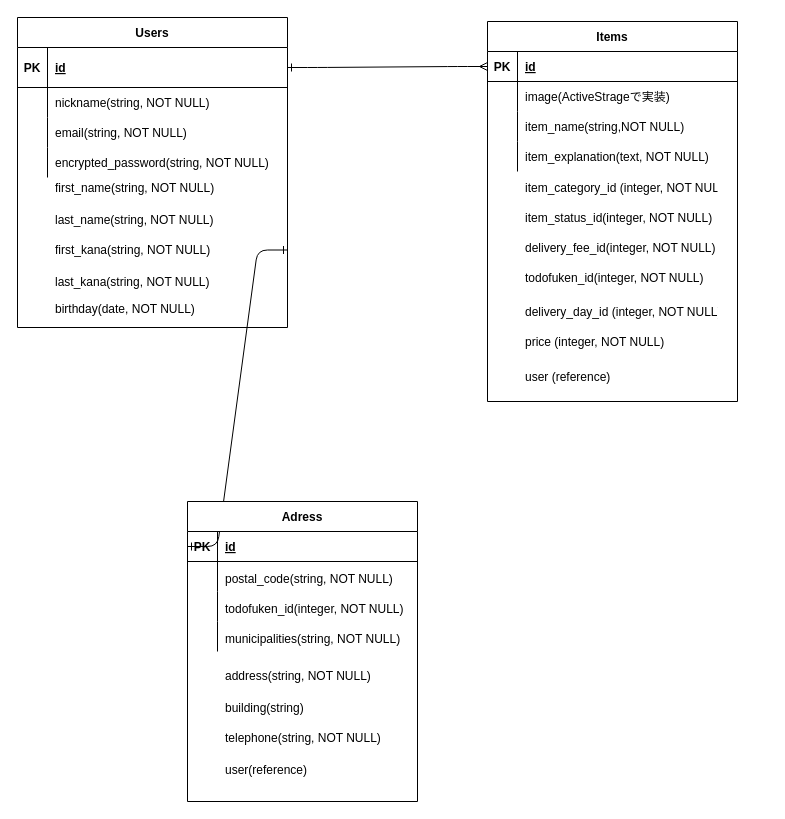
YoshitakaKurahashi/furima-30308 keeps this draw.io diagram as furima.dio. Above is the earlier version. Source tidied: cells renumbered, new cells numbered last; positions are measured from the earlier drawing's top-left corner, leaving out a move shared by most shapes. Both pictures are drawn from the tidied source at 100%, with x=0, y=0 at pixel (17, 17).
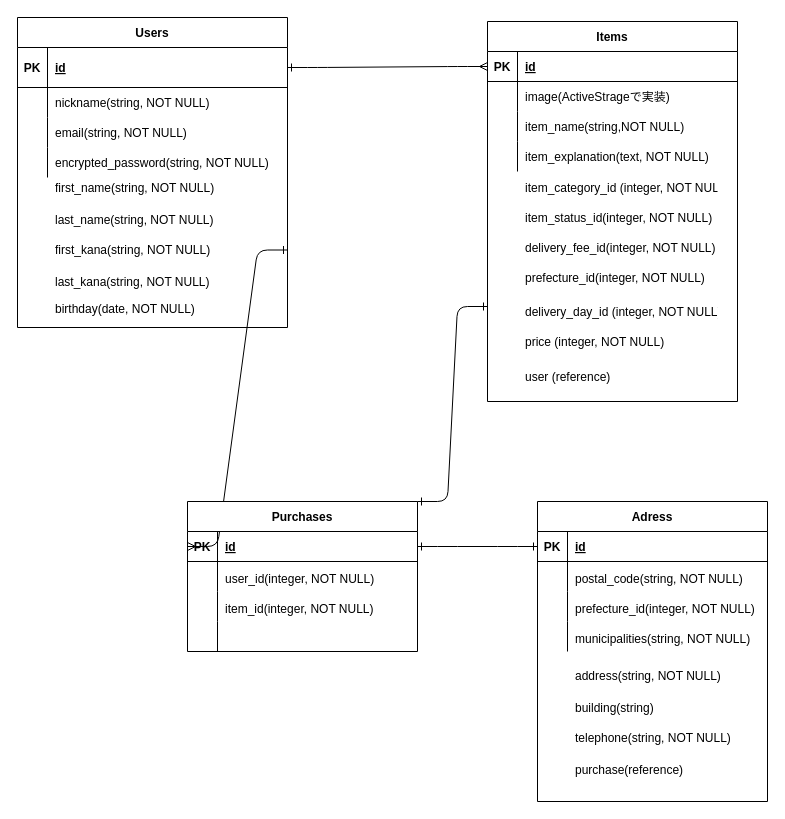
The same diagram, later.

Commit message (it also covers changes not shown here):
データベース設計4

購入情報テーブルの作成

The change refers to these unchanged cells:
```xml
<mxCell id="4" value="Users" style="shape=table;startSize=30;childLayout=tableLayout;rowLines=0;fontStyle=1;align=center;" parent="1" vertex="1">
  <mxGeometry width="270" height="310" as="geometry" />
</mxCell>
<mxCell id="29" value="Items" style="shape=table;startSize=30;childLayout=tableLayout;rowLines=0;fontStyle=1;align=center;" parent="1" vertex="1">
  <mxGeometry x="470" y="4" width="250" height="380" as="geometry" />
</mxCell>
<mxCell id="48" style="shape=partialRectangle;fillColor=none;top=0;left=0;bottom=1;right=0;points=[[0,0.5],[1,0.5]];portConstraint=eastwest;" parent="47" vertex="1">
  <mxGeometry y="30" width="230" height="30" as="geometry" />
</mxCell>
```

The edit, as a diff of the source:
```diff
@@
-    <mxCell id="25" value="todofuken_id(integer, NOT NULL)" style="shape=partialRectangle;fillColor=none;top=0;left=0;bottom=0;right=0;align=left;spacingLeft=6;overflow=hidden;" parent="1" vertex="1">
+    <mxCell id="25" value="prefecture_id(integer, NOT NULL)" style="shape=partialRectangle;fillColor=none;top=0;left=0;bottom=0;right=0;align=left;spacingLeft=6;overflow=hidden;" parent="1" vertex="1">
       <mxGeometry x="500" y="244.5" width="200" height="30" as="geometry" />
     </mxCell>
@@
-    <mxCell id="43" style="edgeStyle=entityRelationEdgeStyle;fontSize=12;html=1;endArrow=ERone;endFill=1;exitX=1;exitY=0.75;exitDx=0;exitDy=0;entryX=0;entryY=0.5;entryDx=0;entryDy=0;startArrow=ERone;startFill=0;" parent="1" edge="1" source="4" target="48">
+    <mxCell id="43" style="edgeStyle=entityRelationEdgeStyle;fontSize=12;html=1;endArrow=ERmany;endFill=0;exitX=1;exitY=0.75;exitDx=0;exitDy=0;entryX=0;entryY=0.5;entryDx=0;entryDy=0;startArrow=ERone;startFill=0;" parent="1" edge="1" source="4" target="48">
       <mxGeometry relative="1" as="geometry" />
     </mxCell>
-    <mxCell id="44" value="address(string, NOT NULL)" style="shape=partialRectangle;fillColor=none;top=0;left=0;bottom=0;right=0;align=left;spacingLeft=6;overflow=hidden;" parent="1" vertex="1">
-      <mxGeometry x="200" y="643" width="170" height="30" as="geometry" />
-    </mxCell>
-    <mxCell id="45" value="building(string)" style="shape=partialRectangle;fillColor=none;top=0;left=0;bottom=0;right=0;align=left;spacingLeft=6;overflow=hidden;" parent="1" vertex="1">
-      <mxGeometry x="200" y="675" width="170" height="30" as="geometry" />
-    </mxCell>
-    <mxCell id="46" value="telephone(string, NOT NULL)" style="shape=partialRectangle;fillColor=none;top=0;left=0;bottom=0;right=0;align=left;spacingLeft=6;overflow=hidden;" parent="1" vertex="1">
-      <mxGeometry x="200" y="705" width="170" height="30" as="geometry" />
-    </mxCell>
+    <mxCell id="64" value="Adress" style="shape=table;startSize=30;childLayout=tableLayout;rowLines=0;fontStyle=1;align=center;" parent="1" vertex="1">
+      <mxGeometry x="520" y="484" width="230" height="300" as="geometry" />
+    </mxCell>
+    <mxCell id="65" style="shape=partialRectangle;fillColor=none;top=0;left=0;bottom=1;right=0;points=[[0,0.5],[1,0.5]];portConstraint=eastwest;" parent="64" vertex="1">
+      <mxGeometry y="30" width="230" height="30" as="geometry" />
+    </mxCell>
+    <mxCell id="66" value="PK" style="shape=partialRectangle;fillColor=none;top=0;left=0;bottom=0;right=0;fontStyle=1;overflow=hidden;" parent="65" vertex="1">
+      <mxGeometry width="30" height="30" as="geometry" />
+    </mxCell>
+    <mxCell id="67" value="id" style="shape=partialRectangle;fillColor=none;top=0;left=0;bottom=0;right=0;align=left;spacingLeft=6;fontStyle=5;overflow=hidden;" parent="65" vertex="1">
+      <mxGeometry x="30" width="200" height="30" as="geometry" />
+    </mxCell>
+    <mxCell id="68" style="shape=partialRectangle;fillColor=none;top=0;left=0;bottom=0;right=0;" parent="64" vertex="1">
+      <mxGeometry y="60" width="230" height="30" as="geometry" />
+    </mxCell>
+    <mxCell id="69" style="shape=partialRectangle;fillColor=none;top=0;left=0;bottom=0;right=0;overflow=hidden;" parent="68" vertex="1">
+      <mxGeometry width="30" height="30" as="geometry" />
+    </mxCell>
+    <mxCell id="70" style="shape=partialRectangle;fillColor=none;top=0;left=0;bottom=0;right=0;align=left;spacingLeft=6;overflow=hidden;" parent="68" vertex="1">
+      <mxGeometry x="30" width="200" height="30" as="geometry" />
+    </mxCell>
+    <mxCell id="71" style="shape=partialRectangle;fillColor=none;top=0;left=0;bottom=0;right=0;" parent="64" vertex="1">
+      <mxGeometry y="90" width="230" height="30" as="geometry" />
+    </mxCell>
+    <mxCell id="72" style="shape=partialRectangle;fillColor=none;top=0;left=0;bottom=0;right=0;overflow=hidden;" parent="71" vertex="1">
+      <mxGeometry width="30" height="30" as="geometry" />
+    </mxCell>
+    <mxCell id="73" style="shape=partialRectangle;fillColor=none;top=0;left=0;bottom=0;right=0;align=left;spacingLeft=6;overflow=hidden;" parent="71" vertex="1">
+      <mxGeometry x="30" width="200" height="30" as="geometry" />
+    </mxCell>
+    <mxCell id="74" style="shape=partialRectangle;fillColor=none;top=0;left=0;bottom=0;right=0;" parent="64" vertex="1">
+      <mxGeometry y="120" width="230" height="30" as="geometry" />
+    </mxCell>
+    <mxCell id="75" style="shape=partialRectangle;fillColor=none;top=0;left=0;bottom=0;right=0;overflow=hidden;" parent="74" vertex="1">
+      <mxGeometry width="30" height="30" as="geometry" />
+    </mxCell>
+    <mxCell id="76" style="shape=partialRectangle;fillColor=none;top=0;left=0;bottom=0;right=0;align=left;spacingLeft=6;overflow=hidden;" parent="74" vertex="1">
+      <mxGeometry x="30" width="200" height="30" as="geometry" />
+    </mxCell>
-    <mxCell id="47" value="Adress" style="shape=table;startSize=30;childLayout=tableLayout;rowLines=0;fontStyle=1;align=center;" parent="1" vertex="1">
-      <mxGeometry x="170" y="484" width="230" height="300" as="geometry" />
+    <mxCell id="47" value="Purchases" style="shape=table;startSize=30;childLayout=tableLayout;rowLines=0;fontStyle=1;align=center;" parent="1" vertex="1">
+      <mxGeometry x="170" y="484" width="230" height="150" as="geometry" />
     </mxCell>
@@
-    <mxCell id="60" value="user(reference)" style="shape=partialRectangle;fillColor=none;top=0;left=0;bottom=0;right=0;align=left;spacingLeft=6;overflow=hidden;" parent="1" vertex="1">
-      <mxGeometry x="200" y="737" width="170" height="30" as="geometry" />
-    </mxCell>
-    <mxCell id="61" value="postal_code(string, NOT NULL)" style="shape=partialRectangle;fillColor=none;top=0;left=0;bottom=0;right=0;align=left;spacingLeft=6;overflow=hidden;" parent="1" vertex="1">
+    <mxCell id="61" value="user_id(integer, NOT NULL)" style="shape=partialRectangle;fillColor=none;top=0;left=0;bottom=0;right=0;align=left;spacingLeft=6;overflow=hidden;" parent="1" vertex="1">
       <mxGeometry x="200" y="546" width="200" height="30" as="geometry" />
     </mxCell>
-    <mxCell id="62" value="todofuken_id(integer, NOT NULL)" style="shape=partialRectangle;fillColor=none;top=0;left=0;bottom=0;right=0;align=left;spacingLeft=6;overflow=hidden;" parent="1" vertex="1">
+    <mxCell id="62" value="item_id(integer, NOT NULL)" style="shape=partialRectangle;fillColor=none;top=0;left=0;bottom=0;right=0;align=left;spacingLeft=6;overflow=hidden;" parent="1" vertex="1">
       <mxGeometry x="200" y="576" width="200" height="30" as="geometry" />
     </mxCell>
+    <mxCell id="44" value="address(string, NOT NULL)" style="shape=partialRectangle;fillColor=none;top=0;left=0;bottom=0;right=0;align=left;spacingLeft=6;overflow=hidden;" parent="1" vertex="1">
+      <mxGeometry x="550" y="643" width="170" height="30" as="geometry" />
+    </mxCell>
+    <mxCell id="45" value="building(string)" style="shape=partialRectangle;fillColor=none;top=0;left=0;bottom=0;right=0;align=left;spacingLeft=6;overflow=hidden;" parent="1" vertex="1">
+      <mxGeometry x="550" y="675" width="170" height="30" as="geometry" />
+    </mxCell>
+    <mxCell id="46" value="telephone(string, NOT NULL)" style="shape=partialRectangle;fillColor=none;top=0;left=0;bottom=0;right=0;align=left;spacingLeft=6;overflow=hidden;" parent="1" vertex="1">
+      <mxGeometry x="550" y="705" width="170" height="30" as="geometry" />
+    </mxCell>
+    <mxCell id="77" value="purchase(reference)" style="shape=partialRectangle;fillColor=none;top=0;left=0;bottom=0;right=0;align=left;spacingLeft=6;overflow=hidden;" parent="1" vertex="1">
+      <mxGeometry x="550" y="737" width="170" height="30" as="geometry" />
+    </mxCell>
+    <mxCell id="78" value="postal_code(string, NOT NULL)" style="shape=partialRectangle;fillColor=none;top=0;left=0;bottom=0;right=0;align=left;spacingLeft=6;overflow=hidden;" parent="1" vertex="1">
+      <mxGeometry x="550" y="546" width="200" height="30" as="geometry" />
+    </mxCell>
+    <mxCell id="79" value="prefecture_id(integer, NOT NULL)" style="shape=partialRectangle;fillColor=none;top=0;left=0;bottom=0;right=0;align=left;spacingLeft=6;overflow=hidden;" parent="1" vertex="1">
+      <mxGeometry x="550" y="576" width="200" height="30" as="geometry" />
+    </mxCell>
     <mxCell id="63" value="municipalities(string, NOT NULL)" style="shape=partialRectangle;fillColor=none;top=0;left=0;bottom=0;right=0;align=left;spacingLeft=6;overflow=hidden;" parent="1" vertex="1">
-      <mxGeometry x="200" y="606" width="200" height="30" as="geometry" />
+      <mxGeometry x="550" y="606" width="200" height="30" as="geometry" />
     </mxCell>
+    <mxCell id="80" style="edgeStyle=entityRelationEdgeStyle;fontSize=12;html=1;endArrow=ERone;endFill=1;exitX=1;exitY=0.5;exitDx=0;exitDy=0;entryX=0;entryY=0.5;entryDx=0;entryDy=0;startArrow=ERone;startFill=0;" parent="1" edge="1" source="48" target="65">
+      <mxGeometry relative="1" as="geometry" />
+    </mxCell>
+    <mxCell id="81" style="edgeStyle=entityRelationEdgeStyle;fontSize=12;html=1;endArrow=ERone;endFill=1;exitX=1;exitY=0;exitDx=0;exitDy=0;entryX=0;entryY=0.75;entryDx=0;entryDy=0;startArrow=ERone;startFill=0;" parent="1" edge="1" source="47" target="29">
+      <mxGeometry relative="1" as="geometry" />
+    </mxCell>
```
